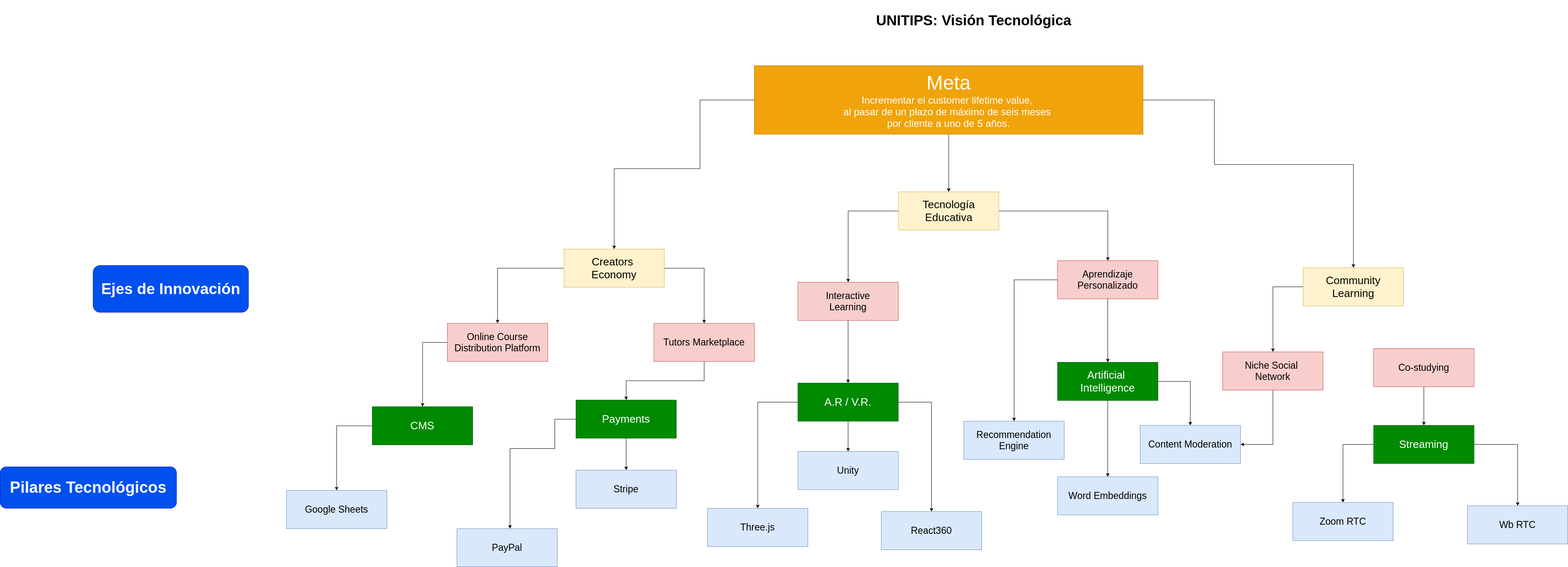
Above: docs/UniTips.png in SocialQu/Borges (draw.io), before the change. Source tidied: cells renumbered, new cells last; positions are measured from the earlier drawing's top-left corner, leaving out a move shared by most shapes. The source it was exported from:
```xml
<mxGraphModel>
  <root>
    <mxCell id="0" />
    <mxCell id="1" parent="0" />
    <mxCell id="2" value="&lt;b id=&quot;docs-internal-guid-dc98cd1c-7fff-8ba7-0514-52a75bd925db&quot;&gt;&lt;p dir=&quot;ltr&quot; style=&quot;line-height: 1.38 ; text-align: justify ; margin-top: 14pt ; margin-bottom: 3pt&quot;&gt;&lt;span style=&quot;font-size: 26pt ; font-family: &amp;#34;lexend&amp;#34; , sans-serif ; color: rgb(0 , 0 , 0) ; background-color: transparent ; font-style: normal ; font-variant: normal ; text-decoration: none ; vertical-align: baseline&quot;&gt;UNITIPS: Visión Tecnológica&lt;/span&gt;&lt;/p&gt;&lt;/b&gt;" style="text;whiteSpace=wrap;html=1;" parent="1" vertex="1">
      <mxGeometry x="2110" width="493" height="98" as="geometry" />
    </mxCell>
    <mxCell id="3" value="&lt;font size=&quot;1&quot;&gt;&lt;b style=&quot;font-size: 37px&quot;&gt;Ejes de Innovación&lt;/b&gt;&lt;/font&gt;" style="rounded=1;whiteSpace=wrap;html=1;fillColor=#0050ef;strokeColor=#001DBC;fontColor=#ffffff;" parent="1" vertex="1">
      <mxGeometry x="224" y="639.5" width="374.5" height="113" as="geometry" />
    </mxCell>
    <mxCell id="4" value="&lt;font size=&quot;1&quot;&gt;&lt;b style=&quot;font-size: 38px&quot;&gt;Pilares Tecnológicos&lt;/b&gt;&lt;/font&gt;" style="rounded=1;whiteSpace=wrap;html=1;fillColor=#0050ef;strokeColor=#001DBC;fontColor=#ffffff;" parent="1" vertex="1">
      <mxGeometry y="1125" width="425" height="100" as="geometry" />
    </mxCell>
    <mxCell id="5" style="edgeStyle=orthogonalEdgeStyle;rounded=0;jettySize=auto;html=1;" parent="1" edge="1" source="8" target="14">
      <mxGeometry relative="1" as="geometry">
        <Array as="points">
          <mxPoint x="1687" y="240" />
          <mxPoint x="1687" y="406" />
          <mxPoint x="1480" y="406" />
        </Array>
      </mxGeometry>
    </mxCell>
    <mxCell id="6" style="edgeStyle=orthogonalEdgeStyle;rounded=0;jettySize=auto;html=1;" parent="1" edge="1" source="8" target="11">
      <mxGeometry relative="1" as="geometry" />
    </mxCell>
    <mxCell id="7" style="edgeStyle=orthogonalEdgeStyle;rounded=0;jettySize=auto;html=1;" parent="1" edge="1" source="8" target="16">
      <mxGeometry relative="1" as="geometry">
        <Array as="points">
          <mxPoint x="2927" y="240" />
          <mxPoint x="2927" y="396" />
          <mxPoint x="3262" y="396" />
        </Array>
      </mxGeometry>
    </mxCell>
    <mxCell id="8" value="&lt;font color=&quot;#ffffff&quot;&gt;&lt;font&gt;&lt;font style=&quot;font-size: 48px&quot;&gt;Meta&lt;/font&gt;&lt;br&gt;&lt;/font&gt;&lt;font style=&quot;font-size: 24px&quot;&gt;Incrementar el customer lifetime value, &lt;br&gt;al pasar de un plazo de máximo de seis meses &lt;br&gt;por cliente a uno de 5 años.&lt;/font&gt;&lt;/font&gt;" style="rounded=0;whiteSpace=wrap;html=1;fillColor=#f0a30a;strokeColor=#BD7000;fontColor=#000000;" parent="1" vertex="1">
      <mxGeometry x="1818" y="158" width="937" height="165" as="geometry" />
    </mxCell>
    <mxCell id="9" style="edgeStyle=orthogonalEdgeStyle;rounded=0;jettySize=auto;html=1;" parent="1" edge="1" source="11" target="21">
      <mxGeometry relative="1" as="geometry" />
    </mxCell>
    <mxCell id="10" style="edgeStyle=orthogonalEdgeStyle;rounded=0;jettySize=auto;html=1;" parent="1" edge="1" source="11" target="19">
      <mxGeometry relative="1" as="geometry" />
    </mxCell>
    <mxCell id="11" value="&lt;span style=&quot;font-size: 26px&quot;&gt;Tecnología&lt;br&gt;Educativa&lt;br&gt;&lt;/span&gt;" style="rounded=0;whiteSpace=wrap;html=1;fillColor=#fff2cc;strokeColor=#d6b656;" parent="1" vertex="1">
      <mxGeometry x="2165.5" y="462" width="242" height="92" as="geometry" />
    </mxCell>
    <mxCell id="12" style="edgeStyle=orthogonalEdgeStyle;rounded=0;jettySize=auto;html=1;" parent="1" edge="1" source="14" target="25">
      <mxGeometry relative="1" as="geometry">
        <Array as="points">
          <mxPoint x="1697" y="646" />
        </Array>
      </mxGeometry>
    </mxCell>
    <mxCell id="13" style="edgeStyle=orthogonalEdgeStyle;rounded=0;jettySize=auto;html=1;" parent="1" edge="1" source="14" target="23">
      <mxGeometry relative="1" as="geometry" />
    </mxCell>
    <mxCell id="14" value="&lt;span style=&quot;font-size: 26px&quot;&gt;Creators &lt;br&gt;Economy&lt;br&gt;&lt;/span&gt;" style="rounded=0;whiteSpace=wrap;html=1;fillColor=#fff2cc;strokeColor=#d6b656;" parent="1" vertex="1">
      <mxGeometry x="1359" y="600" width="242" height="92" as="geometry" />
    </mxCell>
    <mxCell id="15" style="edgeStyle=orthogonalEdgeStyle;rounded=0;jettySize=auto;html=1;" parent="1" edge="1" source="16" target="27">
      <mxGeometry relative="1" as="geometry">
        <Array as="points">
          <mxPoint x="3068" y="691" />
        </Array>
      </mxGeometry>
    </mxCell>
    <mxCell id="16" value="&lt;span style=&quot;font-size: 26px&quot;&gt;Community&lt;br&gt;Learning&lt;br&gt;&lt;/span&gt;" style="rounded=0;whiteSpace=wrap;html=1;fillColor=#fff2cc;strokeColor=#d6b656;" parent="1" vertex="1">
      <mxGeometry x="3141" y="645" width="242" height="92" as="geometry" />
    </mxCell>
    <mxCell id="17" style="edgeStyle=orthogonalEdgeStyle;rounded=0;jettySize=auto;html=1;" parent="1" edge="1" source="19" target="32">
      <mxGeometry relative="1" as="geometry" />
    </mxCell>
    <mxCell id="18" style="edgeStyle=orthogonalEdgeStyle;rounded=0;jettySize=auto;html=1;" parent="1" edge="1" source="19" target="45">
      <mxGeometry relative="1" as="geometry">
        <Array as="points">
          <mxPoint x="2444" y="674" />
        </Array>
      </mxGeometry>
    </mxCell>
    <mxCell id="19" value="&lt;span style=&quot;font-size: 23px&quot;&gt;Aprendizaje Personalizado&lt;br&gt;&lt;/span&gt;" style="rounded=0;whiteSpace=wrap;html=1;fillColor=#f8cecc;strokeColor=#b85450;" parent="1" vertex="1">
      <mxGeometry x="2549" y="628" width="242" height="92" as="geometry" />
    </mxCell>
    <mxCell id="20" style="edgeStyle=orthogonalEdgeStyle;rounded=0;jettySize=auto;html=1;" parent="1" edge="1" source="21" target="36">
      <mxGeometry relative="1" as="geometry" />
    </mxCell>
    <mxCell id="21" value="&lt;span style=&quot;font-size: 23px&quot;&gt;Interactive&lt;br&gt;Learning&lt;br&gt;&lt;/span&gt;" style="rounded=0;whiteSpace=wrap;html=1;fillColor=#f8cecc;strokeColor=#b85450;" parent="1" vertex="1">
      <mxGeometry x="1923" y="680" width="242" height="92" as="geometry" />
    </mxCell>
    <mxCell id="22" style="edgeStyle=orthogonalEdgeStyle;rounded=0;jettySize=auto;html=1;" parent="1" edge="1" source="23" target="38">
      <mxGeometry relative="1" as="geometry">
        <Array as="points">
          <mxPoint x="1018" y="825" />
        </Array>
      </mxGeometry>
    </mxCell>
    <mxCell id="23" value="&lt;span style=&quot;font-size: 23px&quot;&gt;Online Course&lt;br&gt;Distribution Platform&lt;br&gt;&lt;/span&gt;" style="rounded=0;whiteSpace=wrap;html=1;fillColor=#f8cecc;strokeColor=#b85450;" parent="1" vertex="1">
      <mxGeometry x="1078" y="779" width="242" height="92" as="geometry" />
    </mxCell>
    <mxCell id="24" style="edgeStyle=orthogonalEdgeStyle;rounded=0;jettySize=auto;html=1;" parent="1" edge="1" source="25" target="41">
      <mxGeometry relative="1" as="geometry" />
    </mxCell>
    <mxCell id="25" value="&lt;span style=&quot;font-size: 23px&quot;&gt;Tutors Marketplace&lt;br&gt;&lt;/span&gt;" style="rounded=0;whiteSpace=wrap;html=1;fillColor=#f8cecc;strokeColor=#b85450;" parent="1" vertex="1">
      <mxGeometry x="1576" y="779" width="242" height="92" as="geometry" />
    </mxCell>
    <mxCell id="26" style="edgeStyle=orthogonalEdgeStyle;rounded=0;jettySize=auto;html=1;entryX=1;entryY=0.5;entryDx=0;entryDy=0;" parent="1" edge="1" source="27" target="47">
      <mxGeometry relative="1" as="geometry">
        <Array as="points">
          <mxPoint x="3068" y="1071" />
        </Array>
      </mxGeometry>
    </mxCell>
    <mxCell id="27" value="&lt;span style=&quot;font-size: 23px&quot;&gt;Niche Social &lt;br&gt;Network&lt;br&gt;&lt;/span&gt;" style="rounded=0;whiteSpace=wrap;html=1;fillColor=#f8cecc;strokeColor=#b85450;" parent="1" vertex="1">
      <mxGeometry x="2947" y="848" width="242" height="92" as="geometry" />
    </mxCell>
    <mxCell id="28" style="edgeStyle=orthogonalEdgeStyle;rounded=0;jettySize=auto;html=1;" parent="1" edge="1" source="29" target="44">
      <mxGeometry relative="1" as="geometry" />
    </mxCell>
    <mxCell id="29" value="&lt;span style=&quot;font-size: 23px&quot;&gt;Co-studying&lt;br&gt;&lt;/span&gt;" style="rounded=0;whiteSpace=wrap;html=1;fillColor=#f8cecc;strokeColor=#b85450;" parent="1" vertex="1">
      <mxGeometry x="3311" y="840" width="242" height="92" as="geometry" />
    </mxCell>
    <mxCell id="30" style="edgeStyle=orthogonalEdgeStyle;rounded=0;jettySize=auto;html=1;" parent="1" edge="1" source="32" target="46">
      <mxGeometry relative="1" as="geometry" />
    </mxCell>
    <mxCell id="31" style="edgeStyle=orthogonalEdgeStyle;rounded=0;jettySize=auto;html=1;" parent="1" edge="1" source="32" target="47">
      <mxGeometry relative="1" as="geometry">
        <Array as="points">
          <mxPoint x="2869" y="919" />
        </Array>
      </mxGeometry>
    </mxCell>
    <mxCell id="32" value="&lt;span style=&quot;font-size: 26px&quot;&gt;Artificial &lt;br&gt;Intelligence&lt;br&gt;&lt;/span&gt;" style="rounded=0;whiteSpace=wrap;html=1;fillColor=#008a00;strokeColor=#005700;fontColor=#ffffff;" parent="1" vertex="1">
      <mxGeometry x="2549" y="873" width="242" height="92" as="geometry" />
    </mxCell>
    <mxCell id="33" style="edgeStyle=orthogonalEdgeStyle;rounded=0;jettySize=auto;html=1;" parent="1" edge="1" source="36" target="48">
      <mxGeometry relative="1" as="geometry" />
    </mxCell>
    <mxCell id="34" style="edgeStyle=orthogonalEdgeStyle;rounded=0;jettySize=auto;html=1;" parent="1" edge="1" source="36" target="50">
      <mxGeometry relative="1" as="geometry">
        <Array as="points">
          <mxPoint x="1826" y="969" />
        </Array>
      </mxGeometry>
    </mxCell>
    <mxCell id="35" style="edgeStyle=orthogonalEdgeStyle;rounded=0;jettySize=auto;html=1;" parent="1" edge="1" source="36" target="49">
      <mxGeometry relative="1" as="geometry">
        <Array as="points">
          <mxPoint x="2245" y="969" />
        </Array>
      </mxGeometry>
    </mxCell>
    <mxCell id="36" value="&lt;span style=&quot;font-size: 26px&quot;&gt;A.R / V.R.&lt;br&gt;&lt;/span&gt;" style="rounded=0;whiteSpace=wrap;html=1;fillColor=#008a00;strokeColor=#005700;fontColor=#ffffff;" parent="1" vertex="1">
      <mxGeometry x="1923" y="923" width="242" height="92" as="geometry" />
    </mxCell>
    <mxCell id="37" style="edgeStyle=orthogonalEdgeStyle;rounded=0;jettySize=auto;html=1;" parent="1" edge="1" source="38" target="51">
      <mxGeometry relative="1" as="geometry">
        <Array as="points">
          <mxPoint x="811" y="1026" />
        </Array>
      </mxGeometry>
    </mxCell>
    <mxCell id="38" value="&lt;span style=&quot;font-size: 26px&quot;&gt;CMS&lt;br&gt;&lt;/span&gt;" style="rounded=0;whiteSpace=wrap;html=1;fillColor=#008a00;strokeColor=#005700;fontColor=#ffffff;" parent="1" vertex="1">
      <mxGeometry x="897" y="980" width="242" height="92" as="geometry" />
    </mxCell>
    <mxCell id="39" style="edgeStyle=orthogonalEdgeStyle;rounded=0;jettySize=auto;html=1;" parent="1" edge="1" source="41" target="52">
      <mxGeometry relative="1" as="geometry" />
    </mxCell>
    <mxCell id="40" style="edgeStyle=orthogonalEdgeStyle;rounded=0;jettySize=auto;html=1;" parent="1" edge="1" source="41" target="53">
      <mxGeometry relative="1" as="geometry">
        <Array as="points">
          <mxPoint x="1337" y="1010" />
          <mxPoint x="1337" y="1081" />
          <mxPoint x="1229" y="1081" />
        </Array>
      </mxGeometry>
    </mxCell>
    <mxCell id="41" value="&lt;span style=&quot;font-size: 26px&quot;&gt;Payments&lt;br&gt;&lt;/span&gt;" style="rounded=0;whiteSpace=wrap;html=1;fillColor=#008a00;strokeColor=#005700;fontColor=#ffffff;" parent="1" vertex="1">
      <mxGeometry x="1388" y="964" width="242" height="92" as="geometry" />
    </mxCell>
    <mxCell id="42" style="edgeStyle=orthogonalEdgeStyle;rounded=0;jettySize=auto;html=1;" parent="1" edge="1" source="44" target="55">
      <mxGeometry relative="1" as="geometry">
        <Array as="points">
          <mxPoint x="3237" y="1071" />
        </Array>
      </mxGeometry>
    </mxCell>
    <mxCell id="43" style="edgeStyle=orthogonalEdgeStyle;rounded=0;jettySize=auto;html=1;" parent="1" edge="1" source="44" target="54">
      <mxGeometry relative="1" as="geometry">
        <Array as="points">
          <mxPoint x="3658" y="1071" />
        </Array>
      </mxGeometry>
    </mxCell>
    <mxCell id="44" value="&lt;span style=&quot;font-size: 26px&quot;&gt;Streaming&lt;br&gt;&lt;/span&gt;" style="rounded=0;whiteSpace=wrap;html=1;fillColor=#008a00;strokeColor=#005700;fontColor=#ffffff;" parent="1" vertex="1">
      <mxGeometry x="3311" y="1025" width="242" height="92" as="geometry" />
    </mxCell>
    <mxCell id="45" value="&lt;span style=&quot;font-size: 23px&quot;&gt;Recommendation&lt;br&gt;Engine&lt;br&gt;&lt;/span&gt;" style="rounded=0;whiteSpace=wrap;html=1;fillColor=#dae8fc;strokeColor=#6c8ebf;" parent="1" vertex="1">
      <mxGeometry x="2323" y="1015" width="242" height="92" as="geometry" />
    </mxCell>
    <mxCell id="46" value="&lt;span style=&quot;font-size: 23px&quot;&gt;Word Embeddings&lt;br&gt;&lt;/span&gt;" style="rounded=0;whiteSpace=wrap;html=1;fillColor=#dae8fc;strokeColor=#6c8ebf;" parent="1" vertex="1">
      <mxGeometry x="2549" y="1149" width="242" height="92" as="geometry" />
    </mxCell>
    <mxCell id="47" value="&lt;span style=&quot;font-size: 23px&quot;&gt;Content Moderation&lt;br&gt;&lt;/span&gt;" style="rounded=0;whiteSpace=wrap;html=1;fillColor=#dae8fc;strokeColor=#6c8ebf;" parent="1" vertex="1">
      <mxGeometry x="2748" y="1025" width="242" height="92" as="geometry" />
    </mxCell>
    <mxCell id="48" value="&lt;span style=&quot;font-size: 23px&quot;&gt;Unity&lt;br&gt;&lt;/span&gt;" style="rounded=0;whiteSpace=wrap;html=1;fillColor=#dae8fc;strokeColor=#6c8ebf;" parent="1" vertex="1">
      <mxGeometry x="1923" y="1088" width="242" height="92" as="geometry" />
    </mxCell>
    <mxCell id="49" value="&lt;span style=&quot;font-size: 23px&quot;&gt;React360&lt;br&gt;&lt;/span&gt;" style="rounded=0;whiteSpace=wrap;html=1;fillColor=#dae8fc;strokeColor=#6c8ebf;" parent="1" vertex="1">
      <mxGeometry x="2124" y="1233" width="242" height="92" as="geometry" />
    </mxCell>
    <mxCell id="50" value="&lt;span style=&quot;font-size: 23px&quot;&gt;Three.js&lt;br&gt;&lt;/span&gt;" style="rounded=0;whiteSpace=wrap;html=1;fillColor=#dae8fc;strokeColor=#6c8ebf;" parent="1" vertex="1">
      <mxGeometry x="1705" y="1225" width="242" height="92" as="geometry" />
    </mxCell>
    <mxCell id="51" value="&lt;span style=&quot;font-size: 23px&quot;&gt;Google Sheets&lt;br&gt;&lt;/span&gt;" style="rounded=0;whiteSpace=wrap;html=1;fillColor=#dae8fc;strokeColor=#6c8ebf;" parent="1" vertex="1">
      <mxGeometry x="690" y="1182" width="242" height="92" as="geometry" />
    </mxCell>
    <mxCell id="52" value="&lt;span style=&quot;font-size: 23px&quot;&gt;Stripe&lt;br&gt;&lt;/span&gt;" style="rounded=0;whiteSpace=wrap;html=1;fillColor=#dae8fc;strokeColor=#6c8ebf;" parent="1" vertex="1">
      <mxGeometry x="1388" y="1133" width="242" height="92" as="geometry" />
    </mxCell>
    <mxCell id="53" value="&lt;span style=&quot;font-size: 23px&quot;&gt;PayPal&lt;br&gt;&lt;/span&gt;" style="rounded=0;whiteSpace=wrap;html=1;fillColor=#dae8fc;strokeColor=#6c8ebf;" parent="1" vertex="1">
      <mxGeometry x="1101" y="1274" width="242" height="92" as="geometry" />
    </mxCell>
    <mxCell id="54" value="&lt;span style=&quot;font-size: 23px&quot;&gt;Wb RTC&lt;br&gt;&lt;/span&gt;" style="rounded=0;whiteSpace=wrap;html=1;fillColor=#dae8fc;strokeColor=#6c8ebf;" parent="1" vertex="1">
      <mxGeometry x="3537" y="1219" width="242" height="92" as="geometry" />
    </mxCell>
    <mxCell id="55" value="&lt;span style=&quot;font-size: 23px&quot;&gt;Zoom RTC&lt;br&gt;&lt;/span&gt;" style="rounded=0;whiteSpace=wrap;html=1;fillColor=#dae8fc;strokeColor=#6c8ebf;" parent="1" vertex="1">
      <mxGeometry x="3116" y="1211" width="242" height="92" as="geometry" />
    </mxCell>
  </root>
</mxGraphModel>
```
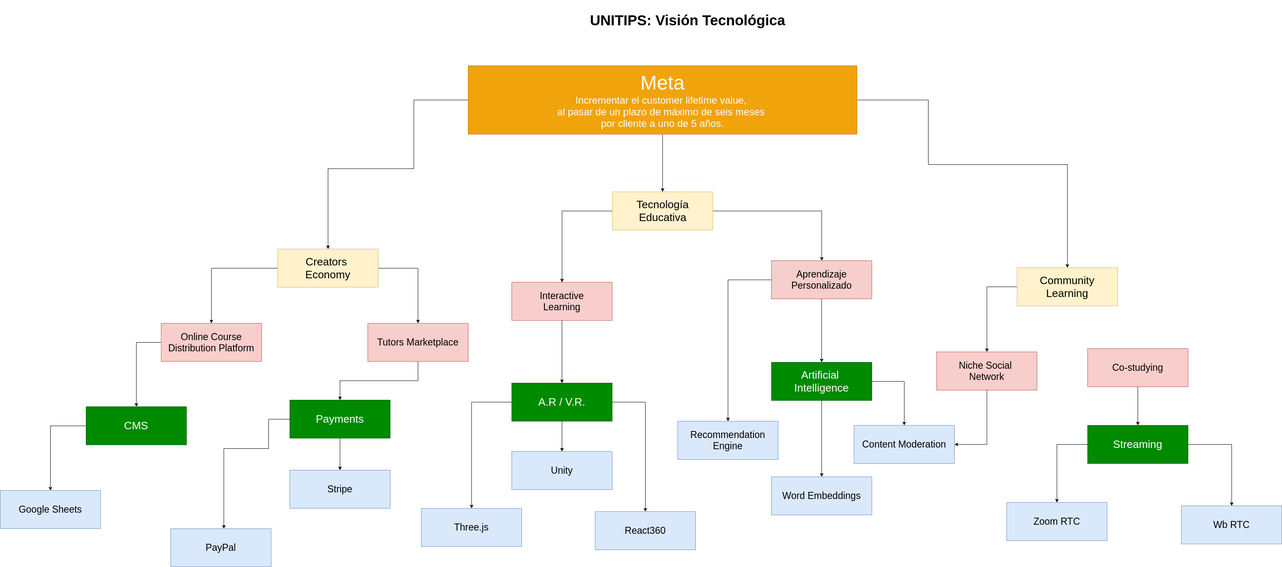
After the commit.

What changed in the source:
```diff
@@ -5,12 +5,6 @@
     <mxCell id="2" value="&lt;b id=&quot;docs-internal-guid-dc98cd1c-7fff-8ba7-0514-52a75bd925db&quot;&gt;&lt;p dir=&quot;ltr&quot; style=&quot;line-height: 1.38 ; text-align: justify ; margin-top: 14pt ; margin-bottom: 3pt&quot;&gt;&lt;span style=&quot;font-size: 26pt ; font-family: &amp;#34;lexend&amp;#34; , sans-serif ; color: rgb(0 , 0 , 0) ; background-color: transparent ; font-style: normal ; font-variant: normal ; text-decoration: none ; vertical-align: baseline&quot;&gt;UNITIPS: Visión Tecnológica&lt;/span&gt;&lt;/p&gt;&lt;/b&gt;" style="text;whiteSpace=wrap;html=1;" parent="1" vertex="1">
       <mxGeometry x="2110" width="493" height="98" as="geometry" />
     </mxCell>
-    <mxCell id="3" value="&lt;font size=&quot;1&quot;&gt;&lt;b style=&quot;font-size: 37px&quot;&gt;Ejes de Innovación&lt;/b&gt;&lt;/font&gt;" style="rounded=1;whiteSpace=wrap;html=1;fillColor=#0050ef;strokeColor=#001DBC;fontColor=#ffffff;" parent="1" vertex="1">
-      <mxGeometry x="224" y="639.5" width="374.5" height="113" as="geometry" />
-    </mxCell>
-    <mxCell id="4" value="&lt;font size=&quot;1&quot;&gt;&lt;b style=&quot;font-size: 38px&quot;&gt;Pilares Tecnológicos&lt;/b&gt;&lt;/font&gt;" style="rounded=1;whiteSpace=wrap;html=1;fillColor=#0050ef;strokeColor=#001DBC;fontColor=#ffffff;" parent="1" vertex="1">
-      <mxGeometry y="1125" width="425" height="100" as="geometry" />
-    </mxCell>
     <mxCell id="5" style="edgeStyle=orthogonalEdgeStyle;rounded=0;jettySize=auto;html=1;" parent="1" edge="1" source="8" target="14">
       <mxGeometry relative="1" as="geometry">
         <Array as="points">
```
